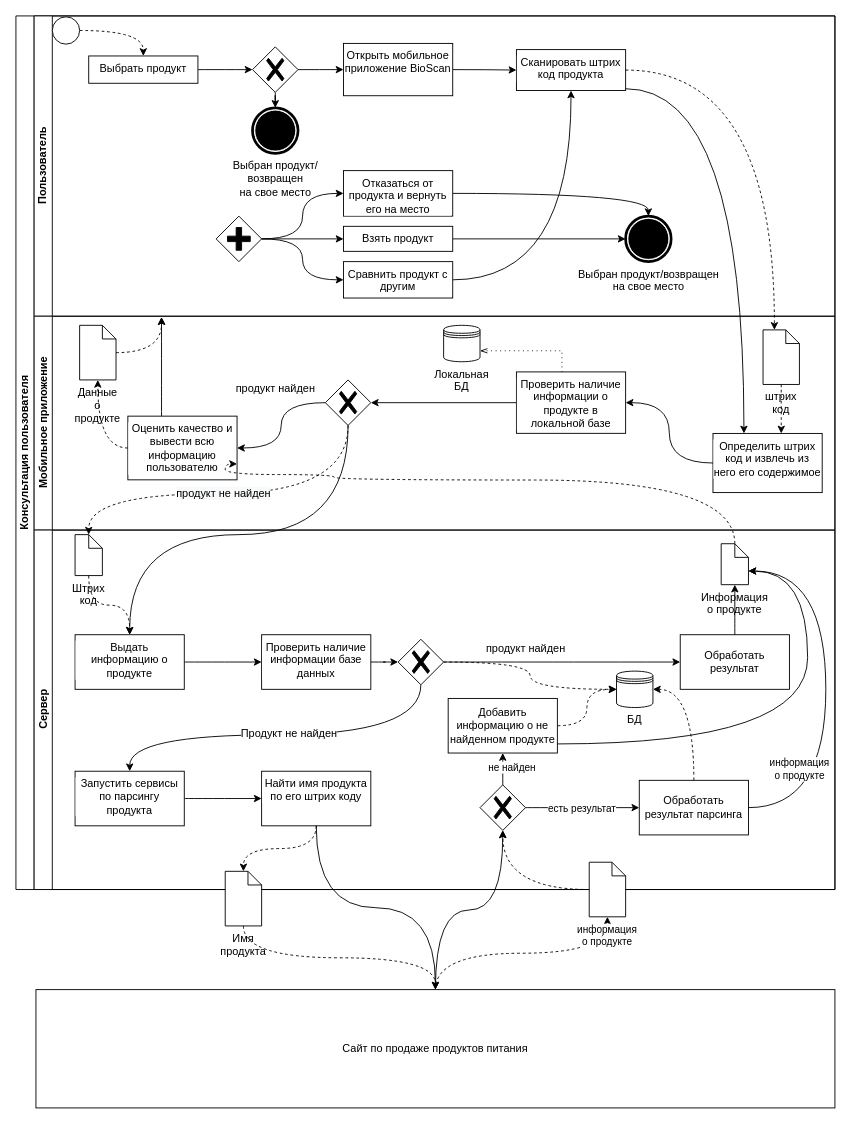
Before: page "Копия Page-1" (2 of 4) of 4_course/МиСПИС/BPMN.drawio in tedmon1998/ISiT, a draw.io diagram. Source tidied: cells renumbered, new cells numbered last; positions are measured from the earlier drawing's top-left corner, leaving out a move shared by most shapes. Both pictures are drawn from the tidied source at 91%, with x=0, y=0 at pixel (15, 15).
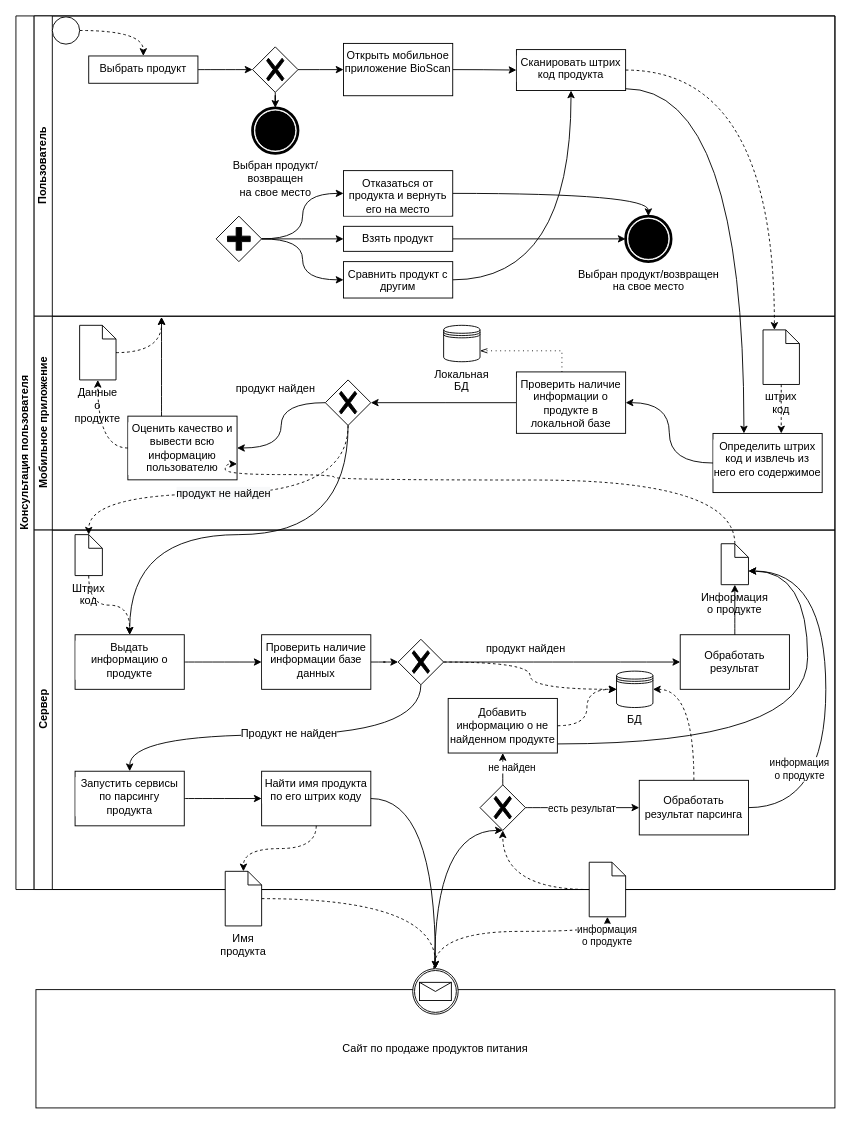
Above is the later version.

Unchanged cells that the change refers to:
```xml
<mxCell id="58" value="Найти имя продукта по его штрих коду" style="whiteSpace=wrap;html=1;verticalAlign=top;labelBackgroundColor=#ffffff;" parent="41" vertex="1">
  <mxGeometry x="250" y="265" width="120" height="60" as="geometry" />
</mxCell>
<mxCell id="65" style="points=[[0.25,0.25,0],[0.5,0,0],[0.75,0.25,0],[1,0.5,0],[0.75,0.75,0],[0.5,1,0],[0.25,0.75,0],[0,0.5,0]];shape=mxgraph.bpmn.gateway2;html=1;verticalLabelPosition=bottom;labelBackgroundColor=#ffffff;verticalAlign=top;align=center;perimeter=rhombusPerimeter;outlineConnect=0;outline=none;symbol=none;gwType=exclusive;" parent="41" vertex="1">
  <mxGeometry x="490" y="280" width="50" height="50" as="geometry" />
</mxCell>
<mxCell id="83" value="Сайт по продаже продуктов питания" style="whiteSpace=wrap;html=1;" parent="1" vertex="1">
  <mxGeometry x="22" y="1070" width="878" height="130" as="geometry" />
</mxCell>
<mxCell id="86" value="Имя продукта" style="shape=mxgraph.bpmn.data;labelPosition=center;verticalLabelPosition=bottom;align=center;verticalAlign=top;whiteSpace=wrap;size=15;html=1;" parent="1" vertex="1">
  <mxGeometry x="230" y="940" width="40" height="60" as="geometry" />
</mxCell>
<mxCell id="89" value="&lt;span style=&quot;font-size: 11px; background-color: rgb(255, 255, 255);&quot;&gt;информация о продукте&lt;/span&gt;" style="shape=mxgraph.bpmn.data;labelPosition=center;verticalLabelPosition=bottom;align=center;verticalAlign=top;whiteSpace=wrap;size=15;html=1;" parent="1" vertex="1">
  <mxGeometry x="630" y="930" width="40" height="60" as="geometry" />
</mxCell>
```

Diff of the diagram source:
```diff
@@
-    <mxCell id="81" style="edgeStyle=orthogonalEdgeStyle;curved=1;rounded=0;jettySize=auto;html=1;entryX=0.5;entryY=1;entryDx=0;entryDy=0;entryPerimeter=0;dashed=1;" parent="1" edge="1" source="83" target="89">
-      <mxGeometry relative="1" as="geometry" />
+    <mxCell id="81" style="edgeStyle=orthogonalEdgeStyle;curved=1;rounded=0;jettySize=auto;html=1;entryX=0.5;entryY=1;entryDx=0;entryDy=0;entryPerimeter=0;dashed=1;" parent="1" edge="1" source="90" target="89">
+      <mxGeometry relative="1" as="geometry">
+        <Array as="points">
+          <mxPoint x="459" y="1006" />
+          <mxPoint x="650" y="1006" />
+        </Array>
+      </mxGeometry>
     </mxCell>
-    <mxCell id="82" style="edgeStyle=orthogonalEdgeStyle;curved=1;rounded=0;jettySize=auto;html=1;entryX=0.5;entryY=1;entryDx=0;entryDy=0;entryPerimeter=0;" parent="1" edge="1" source="83" target="65">
-      <mxGeometry relative="1" as="geometry" />
+    <mxCell id="82" style="edgeStyle=orthogonalEdgeStyle;curved=1;rounded=0;jettySize=auto;html=1;entryX=0.5;entryY=1;entryDx=0;entryDy=0;entryPerimeter=0;" parent="1" edge="1" source="90" target="65">
+      <mxGeometry relative="1" as="geometry">
+        <Array as="points">
+          <mxPoint x="460" y="895" />
+        </Array>
+      </mxGeometry>
     </mxCell>
@@
-    <mxCell id="84" style="edgeStyle=orthogonalEdgeStyle;curved=1;rounded=0;jettySize=auto;html=1;entryX=0.5;entryY=0;entryDx=0;entryDy=0;endArrow=classic;endFill=1;dashed=1;" parent="1" edge="1" source="86" target="83">
+    <mxCell id="84" style="edgeStyle=orthogonalEdgeStyle;curved=1;rounded=0;jettySize=auto;html=1;endArrow=classic;endFill=1;dashed=1;" parent="1" edge="1" source="86" target="90">
       <mxGeometry relative="1" as="geometry" />
     </mxCell>
-    <mxCell id="85" style="edgeStyle=orthogonalEdgeStyle;curved=1;rounded=0;jettySize=auto;html=1;entryX=0.5;entryY=0;entryDx=0;entryDy=0;endArrow=classic;endFill=1;" parent="1" edge="1" source="58" target="83">
+    <mxCell id="85" style="edgeStyle=orthogonalEdgeStyle;curved=1;rounded=0;jettySize=auto;html=1;endArrow=classic;endFill=1;" parent="1" edge="1" source="58" target="90">
       <mxGeometry relative="1" as="geometry" />
     </mxCell>
@@
+    <mxCell id="90" style="points=[[0.145,0.145,0],[0.5,0,0],[0.855,0.145,0],[1,0.5,0],[0.855,0.855,0],[0.5,1,0],[0.145,0.855,0],[0,0.5,0]];shape=mxgraph.bpmn.event;html=1;verticalLabelPosition=bottom;labelBackgroundColor=#ffffff;verticalAlign=top;align=center;perimeter=ellipsePerimeter;outlineConnect=0;outline=catching;symbol=message;" parent="1" vertex="1">
+      <mxGeometry x="436" y="1047" width="50" height="50" as="geometry" />
+    </mxCell>
```
